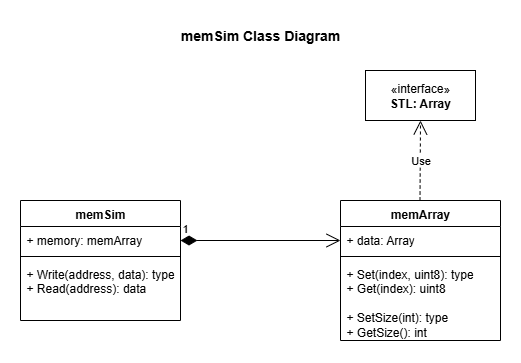
This is docs/SW-memSim-class-diagram.png from dervish77/StackCPU, a draw.io export, as it was before one commit. Source tidied: cells renumbered, new cells last; positions are measured from the earlier drawing's top-left corner, leaving out a move shared by most shapes. The source it was exported from:
```xml
<mxGraphModel>
  <root>
    <mxCell id="0" />
    <mxCell id="1" parent="0" />
    <mxCell id="2" value="memSim" style="swimlane;fontStyle=1;align=center;verticalAlign=top;horizontal=1;startSize=26;whiteSpace=wrap;html=1;" parent="1" vertex="1">
      <mxGeometry y="180" width="160" height="120" as="geometry" />
    </mxCell>
    <mxCell id="3" value="+ memory: memArray" style="text;strokeColor=none;fillColor=none;align=left;verticalAlign=top;spacingLeft=4;spacingRight=4;overflow=hidden;whiteSpace=wrap;html=1;" parent="2" vertex="1">
      <mxGeometry y="26" width="160" height="26" as="geometry" />
    </mxCell>
    <mxCell id="4" style="line;strokeWidth=1;fillColor=none;align=left;verticalAlign=middle;spacingTop=-1;spacingLeft=3;spacingRight=3;labelPosition=right;strokeColor=inherit;" parent="2" vertex="1">
      <mxGeometry y="52" width="160" height="8" as="geometry" />
    </mxCell>
    <mxCell id="5" value="+ Write(address, data): type&lt;div&gt;+ Read(address): data&lt;/div&gt;" style="text;strokeColor=none;fillColor=none;align=left;verticalAlign=top;spacingLeft=4;spacingRight=4;overflow=hidden;whiteSpace=wrap;html=1;" parent="2" vertex="1">
      <mxGeometry y="60" width="160" height="60" as="geometry" />
    </mxCell>
    <mxCell id="6" value="1" style="endArrow=open;html=1;endSize=12;startArrow=diamondThin;startSize=14;startFill=1;edgeStyle=orthogonalEdgeStyle;align=left;verticalAlign=bottom;rounded=0;" parent="1" edge="1">
      <mxGeometry x="-1" y="3" relative="1" as="geometry">
        <mxPoint x="160" y="220" as="sourcePoint" />
        <mxPoint x="320" y="220" as="targetPoint" />
      </mxGeometry>
    </mxCell>
    <mxCell id="7" value="&lt;font style=&quot;font-size: 14px;&quot;&gt;&lt;b&gt;memSim Class Diagram&lt;/b&gt;&lt;/font&gt;" style="text;html=1;align=center;verticalAlign=middle;whiteSpace=wrap;rounded=0;" parent="1" vertex="1">
      <mxGeometry x="105" width="270" height="30" as="geometry" />
    </mxCell>
    <mxCell id="8" value="memArray" style="swimlane;fontStyle=1;align=center;verticalAlign=top;horizontal=1;startSize=26;whiteSpace=wrap;html=1;" parent="1" vertex="1">
      <mxGeometry x="320" y="180" width="160" height="140" as="geometry" />
    </mxCell>
    <mxCell id="9" value="+ data: Array" style="text;strokeColor=none;fillColor=none;align=left;verticalAlign=top;spacingLeft=4;spacingRight=4;overflow=hidden;whiteSpace=wrap;html=1;" parent="8" vertex="1">
      <mxGeometry y="26" width="160" height="26" as="geometry" />
    </mxCell>
    <mxCell id="10" style="line;strokeWidth=1;fillColor=none;align=left;verticalAlign=middle;spacingTop=-1;spacingLeft=3;spacingRight=3;labelPosition=right;strokeColor=inherit;" parent="8" vertex="1">
      <mxGeometry y="52" width="160" height="8" as="geometry" />
    </mxCell>
    <mxCell id="11" value="+ Set(index, uint8): type&lt;div&gt;+ Get(index): uint8&lt;/div&gt;&lt;div&gt;&lt;br&gt;&lt;/div&gt;&lt;div&gt;+ SetSize(int): type&lt;/div&gt;&lt;div&gt;+ GetSize(): int&lt;/div&gt;" style="text;strokeColor=none;fillColor=none;align=left;verticalAlign=top;spacingLeft=4;spacingRight=4;overflow=hidden;whiteSpace=wrap;html=1;" parent="8" vertex="1">
      <mxGeometry y="60" width="160" height="80" as="geometry" />
    </mxCell>
    <mxCell id="12" value="«interface»&lt;br&gt;&lt;b&gt;STL: Array&lt;/b&gt;" style="html=1;whiteSpace=wrap;" parent="1" vertex="1">
      <mxGeometry x="345" y="50" width="110" height="50" as="geometry" />
    </mxCell>
    <mxCell id="13" value="Use" style="endArrow=open;endSize=12;dashed=1;html=1;rounded=0;" parent="1" edge="1">
      <mxGeometry relative="1" as="geometry">
        <mxPoint x="399.5" y="180" as="sourcePoint" />
        <mxPoint x="400" y="100" as="targetPoint" />
      </mxGeometry>
    </mxCell>
  </root>
</mxGraphModel>
```
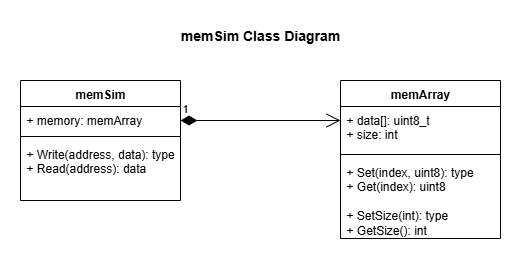
Later version of the same file.

Commit message:
updated class diagrams to match latest code design

What changed in the source:
```diff
@@ -21,28 +21,19 @@
       </mxGeometry>
     </mxCell>
     <mxCell id="7" value="&lt;font style=&quot;font-size: 14px;&quot;&gt;&lt;b&gt;memSim Class Diagram&lt;/b&gt;&lt;/font&gt;" style="text;html=1;align=center;verticalAlign=middle;whiteSpace=wrap;rounded=0;" parent="1" vertex="1">
-      <mxGeometry x="105" width="270" height="30" as="geometry" />
+      <mxGeometry x="105" y="120" width="270" height="30" as="geometry" />
     </mxCell>
     <mxCell id="8" value="memArray" style="swimlane;fontStyle=1;align=center;verticalAlign=top;horizontal=1;startSize=26;whiteSpace=wrap;html=1;" parent="1" vertex="1">
-      <mxGeometry x="320" y="180" width="160" height="140" as="geometry" />
+      <mxGeometry x="320" y="180" width="160" height="158" as="geometry" />
     </mxCell>
-    <mxCell id="9" value="+ data: Array" style="text;strokeColor=none;fillColor=none;align=left;verticalAlign=top;spacingLeft=4;spacingRight=4;overflow=hidden;whiteSpace=wrap;html=1;" parent="8" vertex="1">
-      <mxGeometry y="26" width="160" height="26" as="geometry" />
+    <mxCell id="9" value="+ data[]: uint8_t&lt;div&gt;+ size: int&lt;/div&gt;" style="text;strokeColor=none;fillColor=none;align=left;verticalAlign=top;spacingLeft=4;spacingRight=4;overflow=hidden;whiteSpace=wrap;html=1;" parent="8" vertex="1">
+      <mxGeometry y="26" width="160" height="44" as="geometry" />
     </mxCell>
     <mxCell id="10" style="line;strokeWidth=1;fillColor=none;align=left;verticalAlign=middle;spacingTop=-1;spacingLeft=3;spacingRight=3;labelPosition=right;strokeColor=inherit;" parent="8" vertex="1">
-      <mxGeometry y="52" width="160" height="8" as="geometry" />
+      <mxGeometry y="70" width="160" height="8" as="geometry" />
     </mxCell>
     <mxCell id="11" value="+ Set(index, uint8): type&lt;div&gt;+ Get(index): uint8&lt;/div&gt;&lt;div&gt;&lt;br&gt;&lt;/div&gt;&lt;div&gt;+ SetSize(int): type&lt;/div&gt;&lt;div&gt;+ GetSize(): int&lt;/div&gt;" style="text;strokeColor=none;fillColor=none;align=left;verticalAlign=top;spacingLeft=4;spacingRight=4;overflow=hidden;whiteSpace=wrap;html=1;" parent="8" vertex="1">
-      <mxGeometry y="60" width="160" height="80" as="geometry" />
+      <mxGeometry y="78" width="160" height="80" as="geometry" />
     </mxCell>
-    <mxCell id="12" value="«interface»&lt;br&gt;&lt;b&gt;STL: Array&lt;/b&gt;" style="html=1;whiteSpace=wrap;" parent="1" vertex="1">
-      <mxGeometry x="345" y="50" width="110" height="50" as="geometry" />
-    </mxCell>
-    <mxCell id="13" value="Use" style="endArrow=open;endSize=12;dashed=1;html=1;rounded=0;" parent="1" edge="1">
-      <mxGeometry relative="1" as="geometry">
-        <mxPoint x="399.5" y="180" as="sourcePoint" />
-        <mxPoint x="400" y="100" as="targetPoint" />
-      </mxGeometry>
-    </mxCell>
   </root>
 </mxGraphModel>
```
